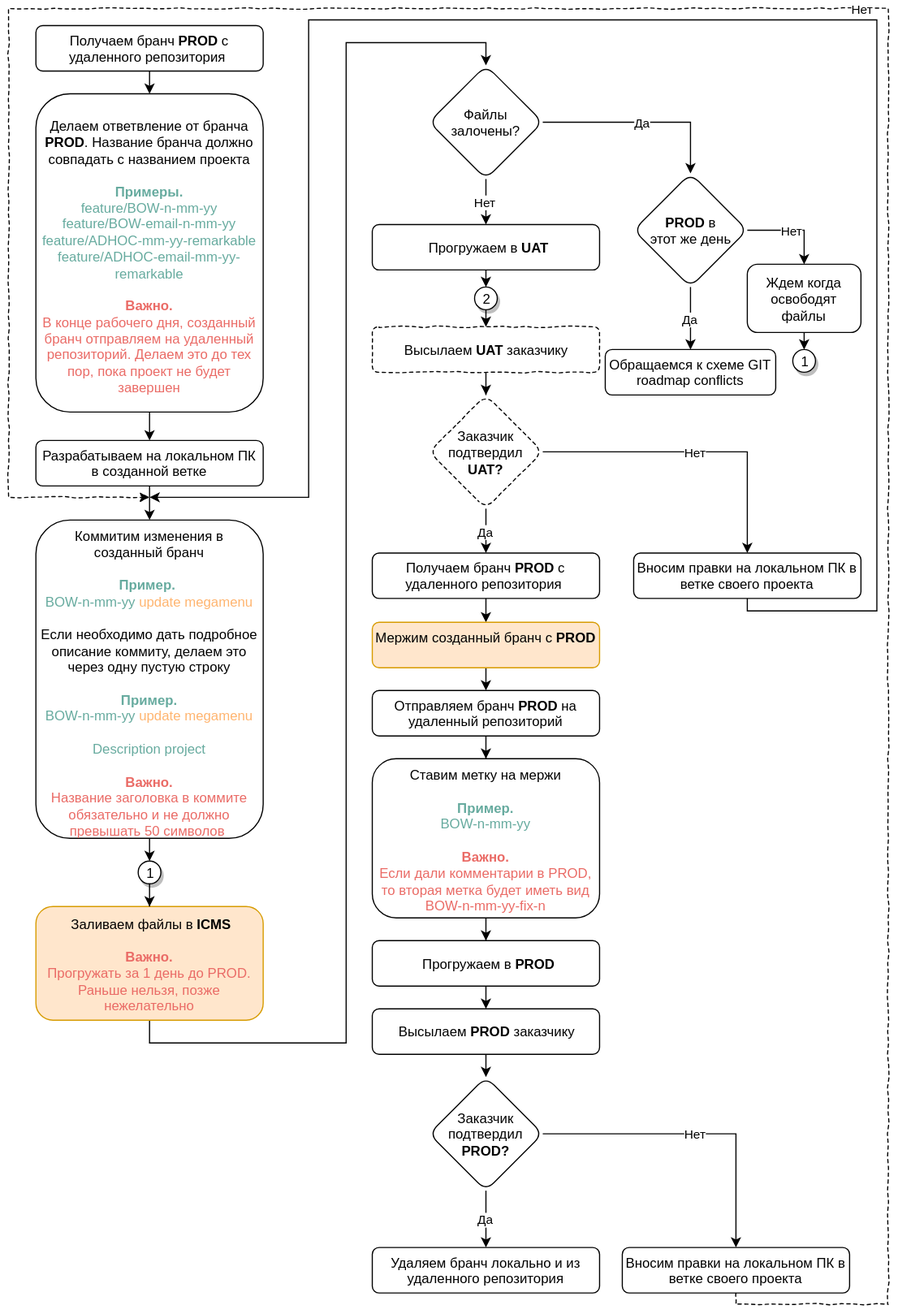
Before: GIT roadmap one branch.svg, a diagram exported from draw.io (biryukovkolya/upload-files). Source tidied: cells renumbered, new cells last; positions are measured from the earlier drawing's top-left corner, leaving out a move shared by most shapes. Its diagram source:
```xml
<mxGraphModel background="#ffffff">
  <root>
    <mxCell id="0" />
    <mxCell id="1" parent="0" />
    <mxCell id="2" style="edgeStyle=orthogonalEdgeStyle;rounded=0;html=1;exitX=0.5;exitY=1;entryX=0.5;entryY=0;jettySize=auto;" parent="1" edge="1" source="3" target="9">
      <mxGeometry relative="1" as="geometry" />
    </mxCell>
    <mxCell id="3" value="Получаем бранч&amp;nbsp;&lt;b&gt;PROD&lt;/b&gt; c удаленного репозитория&amp;nbsp;&lt;b&gt;&lt;font color=&quot;#67ab9f&quot;&gt;&lt;br&gt;&lt;/font&gt;&lt;/b&gt;" style="rounded=1;whiteSpace=wrap;html=1;spacingRight=0;spacingLeft=0;spacing=3;" parent="1" vertex="1">
      <mxGeometry x="24" y="15" width="200" height="40" as="geometry" />
    </mxCell>
    <mxCell id="4" style="edgeStyle=orthogonalEdgeStyle;rounded=0;html=1;exitX=0.5;exitY=1;jettySize=auto;" parent="1" edge="1" source="5" target="7">
      <mxGeometry relative="1" as="geometry" />
    </mxCell>
    <mxCell id="5" value="Разрабатываем на локальном ПК в созданной ветке" style="rounded=1;whiteSpace=wrap;html=1;spacing=3;" parent="1" vertex="1">
      <mxGeometry x="24" y="380" width="200" height="40" as="geometry" />
    </mxCell>
    <mxCell id="6" style="edgeStyle=orthogonalEdgeStyle;rounded=0;html=1;exitX=0.5;exitY=1;jettySize=auto;entryX=0.5;entryY=0;" parent="1" edge="1" source="7" target="51">
      <mxGeometry relative="1" as="geometry" />
    </mxCell>
    <mxCell id="7" value="Коммитим изменения в созданный бранч&lt;br&gt;&lt;span style=&quot;color: rgb(103 , 171 , 159)&quot;&gt;&lt;br&gt;&lt;b&gt;Пример.&lt;/b&gt;&amp;nbsp;&lt;b&gt;&lt;br&gt;&lt;/b&gt;&lt;/span&gt;&lt;span style=&quot;color: rgb(103 , 171 , 159)&quot;&gt;BOW-n-mm-yy&amp;nbsp;&lt;/span&gt;&lt;font color=&quot;#ffb570&quot;&gt;update megamenu&lt;/font&gt;&lt;br&gt;&lt;br&gt;Если необходимо дать подробное описание&amp;nbsp;коммиту, делаем это через одну пустую строку&lt;br&gt;&lt;br&gt;&lt;font color=&quot;#67ab9f&quot;&gt;&lt;b&gt;Пример.&lt;br&gt;&lt;/b&gt;BOW-n-mm-yy&amp;nbsp;&lt;/font&gt;&lt;font color=&quot;#ffb570&quot;&gt;update megamenu&lt;/font&gt;&lt;br&gt;&lt;br&gt;&lt;font color=&quot;#67ab9f&quot;&gt;Description project&lt;/font&gt;&lt;br&gt;&lt;b&gt;&lt;br&gt;&lt;font color=&quot;#ea6b66&quot;&gt;Важно.&lt;/font&gt;&lt;/b&gt;&lt;font color=&quot;#ea6b66&quot;&gt; &lt;br&gt;Название заголовка в коммите обязательно и не должно превышать 50 символов&amp;nbsp;&lt;/font&gt;&lt;br&gt;" style="rounded=1;whiteSpace=wrap;html=1;spacing=3;" parent="1" vertex="1">
      <mxGeometry x="24" y="450" width="200" height="280" as="geometry" />
    </mxCell>
    <mxCell id="8" style="edgeStyle=orthogonalEdgeStyle;rounded=0;comic=0;html=1;exitX=0.5;exitY=1;entryX=0.5;entryY=0;jettySize=auto;" parent="1" edge="1" source="9" target="5">
      <mxGeometry relative="1" as="geometry" />
    </mxCell>
    <mxCell id="9" value="Делаем ответвление от бранча &lt;b&gt;PROD&lt;/b&gt;. Название бранча должно совпадать с названием проекта&lt;br&gt;&lt;font color=&quot;#67ab9f&quot;&gt;&lt;br&gt;&lt;b&gt;Примеры.&lt;br&gt;&lt;/b&gt;feature/BOW-n-mm-yy&lt;/font&gt;&lt;font color=&quot;#67ab9f&quot;&gt;&lt;br&gt;feature/BOW-email-n-mm-yy&lt;br&gt;feature/ADHOC-mm-yy-remarkable&lt;/font&gt;&lt;br&gt;&lt;font color=&quot;#67ab9f&quot;&gt;feature/ADHOC-email-mm-yy-remarkable&lt;/font&gt;&lt;font color=&quot;#67ab9f&quot;&gt;&lt;br&gt;&lt;br&gt;&lt;/font&gt;&lt;font color=&quot;#ea6b66&quot;&gt;&lt;b&gt;Важно.&lt;br&gt;&lt;/b&gt;В конце рабочего дня, созданный бранч отправляем на удаленный репозиторий. Делаем это до тех пор, пока проект не будет завершен&lt;/font&gt;&lt;b&gt;&lt;font color=&quot;#67ab9f&quot;&gt;&lt;br&gt;&lt;/font&gt;&lt;/b&gt;" style="rounded=1;whiteSpace=wrap;html=1;spacingRight=0;spacingLeft=0;spacing=3;" parent="1" vertex="1">
      <mxGeometry x="24" y="75" width="200" height="280" as="geometry" />
    </mxCell>
    <mxCell id="10" value="Да" style="edgeStyle=orthogonalEdgeStyle;rounded=0;html=1;exitX=0.5;exitY=1;entryX=0.5;entryY=0;jettySize=auto;" parent="1" edge="1" source="12" target="18">
      <mxGeometry relative="1" as="geometry" />
    </mxCell>
    <mxCell id="11" value="Нет" style="edgeStyle=orthogonalEdgeStyle;rounded=0;comic=0;html=1;exitX=1;exitY=0.5;entryX=0.5;entryY=0;jettySize=auto;" parent="1" edge="1" source="12" target="36">
      <mxGeometry relative="1" as="geometry" />
    </mxCell>
    <mxCell id="12" value="Заказчик подтвердил &lt;b&gt;UAT?&lt;/b&gt;" style="rhombus;whiteSpace=wrap;html=1;rounded=1;spacing=3;comic=1;dashed=1;" parent="1" vertex="1">
      <mxGeometry x="370" y="340" width="100" height="100" as="geometry" />
    </mxCell>
    <mxCell id="13" style="edgeStyle=orthogonalEdgeStyle;rounded=0;comic=0;html=1;exitX=0.5;exitY=1;entryX=0.5;entryY=0;jettySize=auto;" parent="1" edge="1" source="14" target="42">
      <mxGeometry relative="1" as="geometry" />
    </mxCell>
    <mxCell id="14" value="&amp;nbsp;Заливаем файлы в &lt;b&gt;ICMS&lt;/b&gt;&lt;br&gt;&lt;br&gt;&lt;b&gt;&lt;font color=&quot;#ea6b66&quot;&gt;Важно.&lt;/font&gt;&lt;/b&gt;&lt;br&gt;&lt;font color=&quot;#ea6b66&quot;&gt;Прогружать за 1 день до PROD. Раньше&amp;nbsp;нельзя, позже нежелательно&lt;/font&gt;&lt;br&gt;" style="rounded=1;whiteSpace=wrap;html=1;spacing=3;fillColor=#ffe6cc;strokeColor=#d79b00;" parent="1" vertex="1">
      <mxGeometry x="24" y="790" width="200" height="100" as="geometry" />
    </mxCell>
    <mxCell id="15" style="edgeStyle=orthogonalEdgeStyle;rounded=0;comic=0;html=1;exitX=0.5;exitY=1;jettySize=auto;" parent="1" edge="1" source="16" target="12">
      <mxGeometry relative="1" as="geometry" />
    </mxCell>
    <mxCell id="16" value="Высылаем &lt;b&gt;UAT&lt;/b&gt; заказчику" style="rounded=1;whiteSpace=wrap;html=1;spacing=3;comic=1;dashed=1;" parent="1" vertex="1">
      <mxGeometry x="320" y="280" width="200" height="40" as="geometry" />
    </mxCell>
    <mxCell id="17" style="edgeStyle=orthogonalEdgeStyle;rounded=0;html=1;exitX=0.5;exitY=1;entryX=0.5;entryY=0;jettySize=auto;" parent="1" edge="1" source="18" target="20">
      <mxGeometry relative="1" as="geometry" />
    </mxCell>
    <mxCell id="18" value="Получаем бранч&amp;nbsp;&lt;b&gt;PROD&lt;/b&gt; c удаленного репозитория&amp;nbsp;&lt;b&gt;&lt;font color=&quot;#67ab9f&quot;&gt;&lt;br&gt;&lt;/font&gt;&lt;/b&gt;" style="rounded=1;whiteSpace=wrap;html=1;spacingRight=0;spacingLeft=0;spacing=3;" parent="1" vertex="1">
      <mxGeometry x="320" y="479" width="200" height="40" as="geometry" />
    </mxCell>
    <mxCell id="19" style="edgeStyle=orthogonalEdgeStyle;rounded=0;html=1;exitX=0.5;exitY=1;jettySize=auto;entryX=0.5;entryY=0;" parent="1" edge="1" source="20" target="30">
      <mxGeometry relative="1" as="geometry" />
    </mxCell>
    <mxCell id="20" value="Мержим созданный бранч с &lt;b&gt;PROD&lt;/b&gt;" style="rounded=1;whiteSpace=wrap;html=1;spacing=3;fillColor=#ffe6cc;strokeColor=#d79b00;" parent="1" vertex="1">
      <mxGeometry x="320" y="540" width="200" height="40" as="geometry" />
    </mxCell>
    <mxCell id="21" style="edgeStyle=orthogonalEdgeStyle;rounded=0;html=1;exitX=0.5;exitY=1;entryX=0.5;entryY=0;jettySize=auto;" parent="1" edge="1" source="22" target="24">
      <mxGeometry relative="1" as="geometry" />
    </mxCell>
    <mxCell id="22" value="&amp;nbsp;Прогружаем в &lt;b&gt;PROD&lt;/b&gt;" style="rounded=1;whiteSpace=wrap;html=1;spacing=3;" parent="1" vertex="1">
      <mxGeometry x="320" y="820" width="200" height="40" as="geometry" />
    </mxCell>
    <mxCell id="23" style="edgeStyle=orthogonalEdgeStyle;rounded=0;html=1;exitX=0.5;exitY=1;entryX=0.5;entryY=0;jettySize=auto;" parent="1" edge="1" source="24" target="27">
      <mxGeometry relative="1" as="geometry" />
    </mxCell>
    <mxCell id="24" value="Высылаем &lt;b&gt;PROD&lt;/b&gt; заказчику" style="rounded=1;whiteSpace=wrap;html=1;spacing=3;" parent="1" vertex="1">
      <mxGeometry x="320" y="880" width="200" height="40" as="geometry" />
    </mxCell>
    <mxCell id="25" value="Да" style="edgeStyle=orthogonalEdgeStyle;rounded=0;html=1;exitX=0.5;exitY=1;jettySize=auto;" parent="1" edge="1" source="27" target="28">
      <mxGeometry relative="1" as="geometry" />
    </mxCell>
    <mxCell id="26" value="Нет" style="edgeStyle=orthogonalEdgeStyle;rounded=0;html=1;exitX=1;exitY=0.5;entryX=0.5;entryY=0;jettySize=auto;" parent="1" edge="1" source="27" target="32">
      <mxGeometry relative="1" as="geometry" />
    </mxCell>
    <mxCell id="27" value="Заказчик подтвердил &lt;b&gt;PROD?&lt;/b&gt;" style="rhombus;whiteSpace=wrap;html=1;rounded=1;spacing=3;" parent="1" vertex="1">
      <mxGeometry x="370" y="940" width="100" height="100" as="geometry" />
    </mxCell>
    <mxCell id="28" value="Удаляем бранч локально и из удаленного репозитория&lt;br&gt;" style="rounded=1;whiteSpace=wrap;html=1;spacing=3;" parent="1" vertex="1">
      <mxGeometry x="320" y="1090" width="200" height="40" as="geometry" />
    </mxCell>
    <mxCell id="29" style="edgeStyle=orthogonalEdgeStyle;rounded=0;comic=0;html=1;exitX=0.5;exitY=1;jettySize=auto;" parent="1" edge="1" source="30" target="34">
      <mxGeometry relative="1" as="geometry" />
    </mxCell>
    <mxCell id="30" value="Отправляем бранч &lt;b&gt;PROD&lt;/b&gt;&amp;nbsp;на удаленный репозиторий&lt;br&gt;" style="rounded=1;whiteSpace=wrap;html=1;spacing=3;" parent="1" vertex="1">
      <mxGeometry x="320" y="600" width="200" height="40" as="geometry" />
    </mxCell>
    <mxCell id="31" value="Нет" style="edgeStyle=orthogonalEdgeStyle;rounded=0;html=1;jettySize=auto;comic=1;dashed=1;exitX=0.5;exitY=1;" parent="1" edge="1" source="32">
      <mxGeometry relative="1" as="geometry">
        <mxPoint x="124" y="430" as="targetPoint" />
        <Array as="points">
          <mxPoint x="640" y="1140" />
          <mxPoint x="774" y="1140" />
          <mxPoint x="774" />
          <mxPoint />
          <mxPoint y="430" />
        </Array>
      </mxGeometry>
    </mxCell>
    <mxCell id="32" value="Вносим правки на локальном ПК в ветке своего проекта" style="rounded=1;whiteSpace=wrap;html=1;spacing=3;" parent="1" vertex="1">
      <mxGeometry x="540" y="1090" width="200" height="40" as="geometry" />
    </mxCell>
    <mxCell id="33" style="edgeStyle=orthogonalEdgeStyle;rounded=0;comic=0;html=1;exitX=0.5;exitY=1;jettySize=auto;" parent="1" edge="1" source="34" target="22">
      <mxGeometry relative="1" as="geometry" />
    </mxCell>
    <mxCell id="34" value="Ставим метку на мержи&lt;br&gt;&lt;font color=&quot;#67ab9f&quot;&gt;&lt;br&gt;&lt;b&gt;Пример.&lt;br&gt;&lt;/b&gt;BOW-n-mm-yy&lt;br&gt;&lt;/font&gt;&lt;br&gt;&lt;font color=&quot;#ea6b66&quot;&gt;&lt;b&gt;Важно.&lt;/b&gt;&lt;br&gt;&lt;span&gt;Если дали комментарии в PROD, то вторая метка будет&amp;nbsp;иметь вид&lt;/span&gt;&lt;br&gt;&lt;span&gt;BOW-n-mm-yy-fix-n&lt;/span&gt;&lt;/font&gt;&lt;br&gt;" style="rounded=1;whiteSpace=wrap;html=1;spacing=3;" parent="1" vertex="1">
      <mxGeometry x="320" y="660" width="200" height="140" as="geometry" />
    </mxCell>
    <mxCell id="35" style="edgeStyle=orthogonalEdgeStyle;rounded=0;comic=0;html=1;exitX=0.5;exitY=1;jettySize=auto;" parent="1" edge="1" source="36">
      <mxGeometry relative="1" as="geometry">
        <mxPoint x="124" y="430" as="targetPoint" />
        <Array as="points">
          <mxPoint x="650" y="530" />
          <mxPoint x="764" y="530" />
          <mxPoint x="764" y="10" />
          <mxPoint x="264" y="10" />
          <mxPoint x="264" y="430" />
        </Array>
      </mxGeometry>
    </mxCell>
    <mxCell id="36" value="Вносим правки на локальном ПК в ветке своего проекта" style="rounded=1;whiteSpace=wrap;html=1;spacing=3;" parent="1" vertex="1">
      <mxGeometry x="550" y="479" width="200" height="40" as="geometry" />
    </mxCell>
    <mxCell id="37" value="Нет" style="edgeStyle=orthogonalEdgeStyle;rounded=0;comic=0;html=1;exitX=1;exitY=0.5;entryX=0.5;entryY=0;jettySize=auto;" parent="1" edge="1" source="39" target="45">
      <mxGeometry relative="1" as="geometry" />
    </mxCell>
    <mxCell id="38" value="Да" style="edgeStyle=orthogonalEdgeStyle;rounded=0;comic=0;html=1;exitX=0.5;exitY=1;jettySize=auto;" parent="1" edge="1" source="39" target="43">
      <mxGeometry relative="1" as="geometry" />
    </mxCell>
    <mxCell id="39" value="&lt;b&gt;PROD&lt;/b&gt; в&lt;br&gt;этот же день" style="rhombus;whiteSpace=wrap;html=1;rounded=1;spacing=3;" parent="1" vertex="1">
      <mxGeometry x="550" y="145" width="100" height="100" as="geometry" />
    </mxCell>
    <mxCell id="40" value="Да" style="edgeStyle=orthogonalEdgeStyle;rounded=0;comic=0;html=1;exitX=1;exitY=0.5;entryX=0.5;entryY=0;jettySize=auto;" parent="1" edge="1" source="42" target="39">
      <mxGeometry relative="1" as="geometry" />
    </mxCell>
    <mxCell id="41" value="Нет" style="edgeStyle=orthogonalEdgeStyle;rounded=0;comic=0;html=1;exitX=0.5;exitY=1;entryX=0.5;entryY=0;jettySize=auto;" parent="1" edge="1" source="42" target="49">
      <mxGeometry relative="1" as="geometry" />
    </mxCell>
    <mxCell id="42" value="Файлы залочены?&lt;br&gt;" style="rhombus;whiteSpace=wrap;html=1;rounded=1;spacing=3;" parent="1" vertex="1">
      <mxGeometry x="370" y="50" width="100" height="100" as="geometry" />
    </mxCell>
    <mxCell id="43" value="Обращаемся к схеме&amp;nbsp;&lt;a title=&quot;GIT roadmap conflicts.xml - Rename&quot;&gt;GIT roadmap conflicts&lt;/a&gt;" style="rounded=1;whiteSpace=wrap;html=1;spacing=3;" parent="1" vertex="1">
      <mxGeometry x="525" y="300" width="150" height="40" as="geometry" />
    </mxCell>
    <mxCell id="44" style="edgeStyle=orthogonalEdgeStyle;rounded=0;comic=0;html=1;exitX=0.5;exitY=1;entryX=0.5;entryY=0;jettySize=auto;" parent="1" edge="1" source="45" target="52">
      <mxGeometry relative="1" as="geometry" />
    </mxCell>
    <mxCell id="45" value="Ждем когда освободят файлы&lt;br&gt;" style="rounded=1;whiteSpace=wrap;html=1;spacing=3;" parent="1" vertex="1">
      <mxGeometry x="650" y="225" width="100" height="60" as="geometry" />
    </mxCell>
    <mxCell id="46" style="edgeStyle=orthogonalEdgeStyle;rounded=0;comic=0;html=1;exitX=0.5;exitY=1;jettySize=auto;entryX=0.5;entryY=0;" parent="1" edge="1" source="47" target="16">
      <mxGeometry relative="1" as="geometry" />
    </mxCell>
    <mxCell id="47" value="2" style="ellipse;whiteSpace=wrap;html=1;rounded=1;shadow=1;glass=0;comic=1;gradientColor=#ffffff;gradientDirection=south;" parent="1" vertex="1">
      <mxGeometry x="410" y="245" width="20" height="20" as="geometry" />
    </mxCell>
    <mxCell id="48" style="edgeStyle=orthogonalEdgeStyle;rounded=0;comic=0;html=1;exitX=0.5;exitY=1;entryX=0.5;entryY=0;jettySize=auto;" parent="1" edge="1" source="49" target="47">
      <mxGeometry relative="1" as="geometry" />
    </mxCell>
    <mxCell id="49" value="&amp;nbsp;Прогружаем в &lt;b&gt;UAT&lt;/b&gt;" style="rounded=1;whiteSpace=wrap;html=1;spacing=3;" parent="1" vertex="1">
      <mxGeometry x="320" y="190" width="200" height="40" as="geometry" />
    </mxCell>
    <mxCell id="50" style="edgeStyle=orthogonalEdgeStyle;rounded=0;comic=0;html=1;exitX=0.5;exitY=1;jettySize=auto;" parent="1" edge="1" source="51" target="14">
      <mxGeometry relative="1" as="geometry" />
    </mxCell>
    <mxCell id="51" value="1" style="ellipse;whiteSpace=wrap;html=1;rounded=1;shadow=1;glass=0;comic=1;gradientColor=#ffffff;gradientDirection=south;" parent="1" vertex="1">
      <mxGeometry x="114" y="750" width="20" height="20" as="geometry" />
    </mxCell>
    <mxCell id="52" value="1" style="ellipse;whiteSpace=wrap;html=1;rounded=1;shadow=1;glass=0;comic=1;gradientColor=#ffffff;gradientDirection=south;" parent="1" vertex="1">
      <mxGeometry x="690" y="300" width="20" height="20" as="geometry" />
    </mxCell>
  </root>
</mxGraphModel>
```
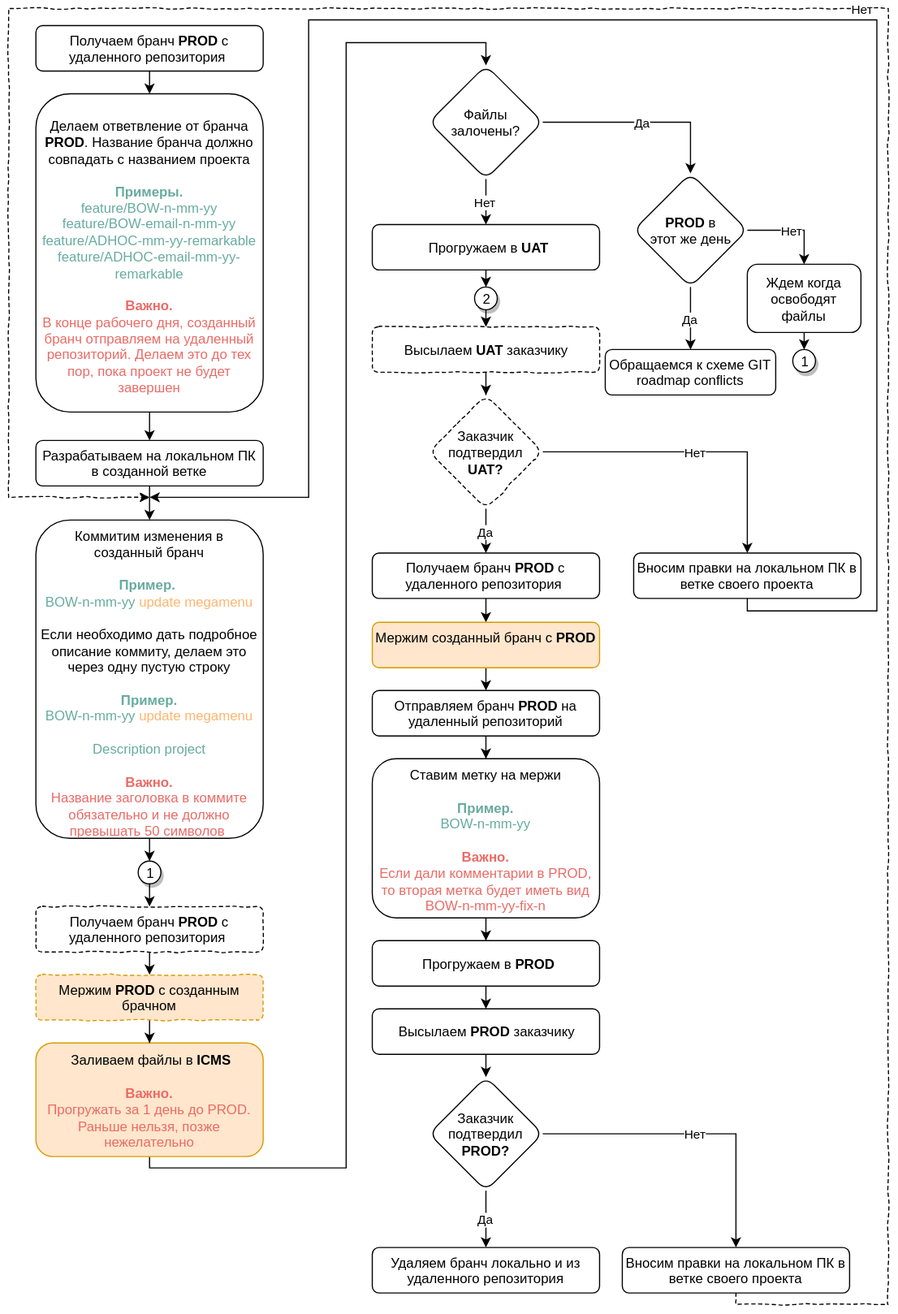
Above is the later version.

What changed in the source:
```diff
@@ -36,10 +36,17 @@
       <mxGeometry x="370" y="340" width="100" height="100" as="geometry" />
     </mxCell>
     <mxCell id="13" style="edgeStyle=orthogonalEdgeStyle;rounded=0;comic=0;html=1;exitX=0.5;exitY=1;entryX=0.5;entryY=0;jettySize=auto;" parent="1" edge="1" source="14" target="42">
-      <mxGeometry relative="1" as="geometry" />
+      <mxGeometry relative="1" as="geometry">
+        <Array as="points">
+          <mxPoint x="124" y="1020" />
+          <mxPoint x="297" y="1020" />
+          <mxPoint x="297" y="30" />
+          <mxPoint x="420" y="30" />
+        </Array>
+      </mxGeometry>
     </mxCell>
     <mxCell id="14" value="&amp;nbsp;Заливаем файлы в &lt;b&gt;ICMS&lt;/b&gt;&lt;br&gt;&lt;br&gt;&lt;b&gt;&lt;font color=&quot;#ea6b66&quot;&gt;Важно.&lt;/font&gt;&lt;/b&gt;&lt;br&gt;&lt;font color=&quot;#ea6b66&quot;&gt;Прогружать за 1 день до PROD. Раньше&amp;nbsp;нельзя, позже нежелательно&lt;/font&gt;&lt;br&gt;" style="rounded=1;whiteSpace=wrap;html=1;spacing=3;fillColor=#ffe6cc;strokeColor=#d79b00;" parent="1" vertex="1">
-      <mxGeometry x="24" y="790" width="200" height="100" as="geometry" />
+      <mxGeometry x="24" y="910" width="200" height="100" as="geometry" />
     </mxCell>
     <mxCell id="15" style="edgeStyle=orthogonalEdgeStyle;rounded=0;comic=0;html=1;exitX=0.5;exitY=1;jettySize=auto;" parent="1" edge="1" source="16" target="12">
       <mxGeometry relative="1" as="geometry" />
@@ -164,14 +171,26 @@
     <mxCell id="49" value="&amp;nbsp;Прогружаем в &lt;b&gt;UAT&lt;/b&gt;" style="rounded=1;whiteSpace=wrap;html=1;spacing=3;" parent="1" vertex="1">
       <mxGeometry x="320" y="190" width="200" height="40" as="geometry" />
     </mxCell>
-    <mxCell id="50" style="edgeStyle=orthogonalEdgeStyle;rounded=0;comic=0;html=1;exitX=0.5;exitY=1;jettySize=auto;" parent="1" edge="1" source="51" target="14">
-      <mxGeometry relative="1" as="geometry" />
-    </mxCell>
+    <mxCell id="53" style="edgeStyle=orthogonalEdgeStyle;rounded=0;comic=0;html=1;exitX=0.5;exitY=1;entryX=0.5;entryY=0;jettySize=auto;" parent="1" edge="1" source="51" target="57">
+      <mxGeometry relative="1" as="geometry" />
+    </mxCell>
     <mxCell id="51" value="1" style="ellipse;whiteSpace=wrap;html=1;rounded=1;shadow=1;glass=0;comic=1;gradientColor=#ffffff;gradientDirection=south;" parent="1" vertex="1">
       <mxGeometry x="114" y="750" width="20" height="20" as="geometry" />
     </mxCell>
     <mxCell id="52" value="1" style="ellipse;whiteSpace=wrap;html=1;rounded=1;shadow=1;glass=0;comic=1;gradientColor=#ffffff;gradientDirection=south;" parent="1" vertex="1">
       <mxGeometry x="690" y="300" width="20" height="20" as="geometry" />
     </mxCell>
+    <mxCell id="54" style="edgeStyle=orthogonalEdgeStyle;rounded=0;comic=0;html=1;exitX=0.5;exitY=1;jettySize=auto;" parent="1" edge="1" source="55" target="14">
+      <mxGeometry relative="1" as="geometry" />
+    </mxCell>
+    <mxCell id="55" value="Мержим&amp;nbsp;&lt;b&gt;PROD&lt;/b&gt;&amp;nbsp;с созданным брачном" style="rounded=1;whiteSpace=wrap;html=1;spacing=3;fillColor=#ffe6cc;strokeColor=#d79b00;dashed=1;comic=1;" parent="1" vertex="1">
+      <mxGeometry x="24" y="850" width="200" height="40" as="geometry" />
+    </mxCell>
+    <mxCell id="56" style="edgeStyle=orthogonalEdgeStyle;rounded=0;comic=0;html=1;exitX=0.5;exitY=1;entryX=0.5;entryY=0;jettySize=auto;" parent="1" edge="1" source="57" target="55">
+      <mxGeometry relative="1" as="geometry" />
+    </mxCell>
+    <mxCell id="57" value="Получаем бранч&amp;nbsp;&lt;b&gt;PROD&lt;/b&gt; c удаленного репозитория&amp;nbsp;&lt;b&gt;&lt;font color=&quot;#67ab9f&quot;&gt;&lt;br&gt;&lt;/font&gt;&lt;/b&gt;" style="rounded=1;whiteSpace=wrap;html=1;spacingRight=0;spacingLeft=0;spacing=3;comic=1;dashed=1;" parent="1" vertex="1">
+      <mxGeometry x="24" y="790" width="200" height="40" as="geometry" />
+    </mxCell>
   </root>
 </mxGraphModel>
```
